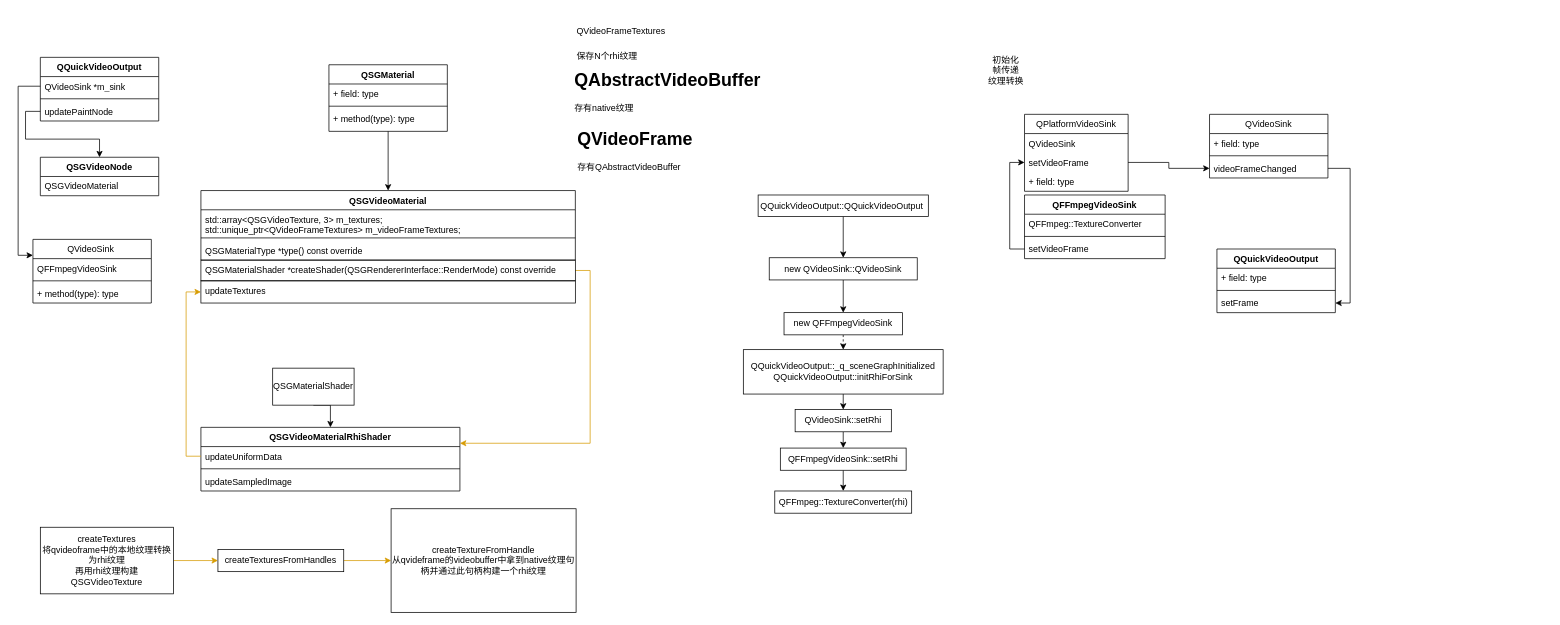
Earlier version of the draw.io diagram qsgvideonode.drawio (dosmlp/drawio). Source tidied: cells renumbered, new cells numbered last; positions are measured from the earlier drawing's top-left corner, leaving out a move shared by most shapes. Both pictures are drawn from the tidied source at 74%, with x=0, y=0 at pixel (33, 13).
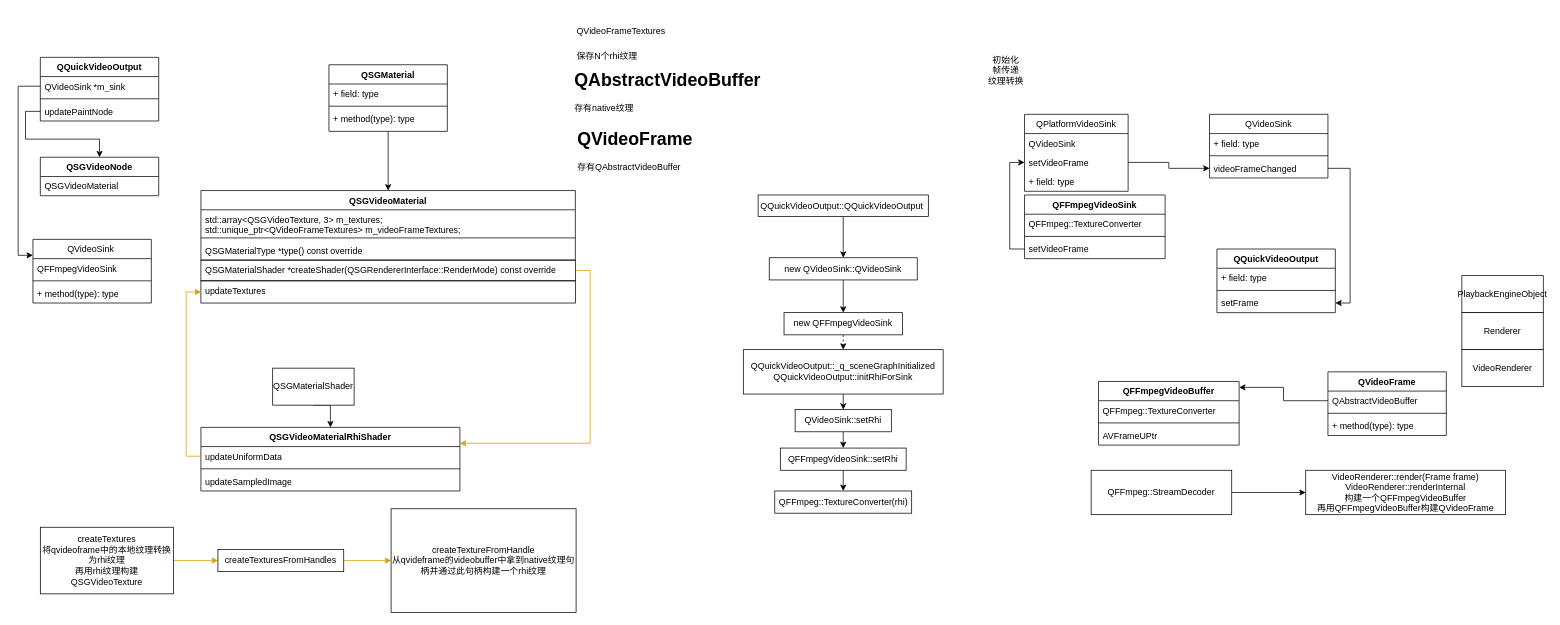
After the change.

What changed in the source:
```diff
@@
+    <mxCell id="75" value="QFFmpegVideoBuffer" style="swimlane;fontStyle=1;align=center;verticalAlign=top;horizontal=1;startSize=26;whiteSpace=wrap;html=1;" parent="1" vertex="1">
+      <mxGeometry x="1440" y="498" width="190" height="86" as="geometry" />
+    </mxCell>
+    <mxCell id="76" value="QFFmpeg::TextureConverter" style="text;strokeColor=none;fillColor=none;align=left;verticalAlign=top;spacingLeft=4;spacingRight=4;overflow=hidden;whiteSpace=wrap;html=1;" parent="75" vertex="1">
+      <mxGeometry y="26" width="190" height="26" as="geometry" />
+    </mxCell>
+    <mxCell id="77" style="line;strokeWidth=1;fillColor=none;align=left;verticalAlign=middle;spacingTop=-1;spacingLeft=3;spacingRight=3;labelPosition=right;strokeColor=inherit;" parent="75" vertex="1">
+      <mxGeometry y="52" width="190" height="8" as="geometry" />
+    </mxCell>
+    <mxCell id="78" value="AVFrameUPtr" style="text;strokeColor=none;fillColor=none;align=left;verticalAlign=top;spacingLeft=4;spacingRight=4;overflow=hidden;whiteSpace=wrap;html=1;" parent="75" vertex="1">
+      <mxGeometry y="60" width="190" height="26" as="geometry" />
+    </mxCell>
+    <mxCell id="79" value="QVideoFrame" style="swimlane;fontStyle=1;align=center;verticalAlign=top;horizontal=1;startSize=26;whiteSpace=wrap;html=1;" parent="1" vertex="1">
+      <mxGeometry x="1750" y="485" width="160" height="86" as="geometry" />
+    </mxCell>
+    <mxCell id="80" value="QAbstractVideoBuffer" style="text;strokeColor=none;fillColor=none;align=left;verticalAlign=top;spacingLeft=4;spacingRight=4;overflow=hidden;points=[[0,0.5],[1,0.5]];portConstraint=eastwest;whiteSpace=wrap;html=1;" parent="79" vertex="1">
+      <mxGeometry y="26" width="160" height="26" as="geometry" />
+    </mxCell>
+    <mxCell id="81" style="line;strokeWidth=1;fillColor=none;align=left;verticalAlign=middle;spacingTop=-1;spacingLeft=3;spacingRight=3;labelPosition=right;strokeColor=inherit;" parent="79" vertex="1">
+      <mxGeometry y="52" width="160" height="8" as="geometry" />
+    </mxCell>
+    <mxCell id="82" value="+ method(type): type" style="text;strokeColor=none;fillColor=none;align=left;verticalAlign=top;spacingLeft=4;spacingRight=4;overflow=hidden;whiteSpace=wrap;html=1;" parent="79" vertex="1">
+      <mxGeometry y="60" width="160" height="26" as="geometry" />
+    </mxCell>
+    <mxCell id="83" style="edgeStyle=orthogonalEdgeStyle;rounded=0;jettySize=auto;html=1;exitX=0;exitY=0.5;exitDx=0;exitDy=0;entryX=1;entryY=0.093;entryDx=0;entryDy=0;entryPerimeter=0;" parent="1" edge="1" source="80" target="75">
+      <mxGeometry relative="1" as="geometry" />
+    </mxCell>
+    <mxCell id="84" style="edgeStyle=orthogonalEdgeStyle;rounded=0;jettySize=auto;html=1;exitX=1;exitY=0.5;exitDx=0;exitDy=0;" parent="1" edge="1" source="85" target="86">
+      <mxGeometry relative="1" as="geometry" />
+    </mxCell>
+    <mxCell id="85" value="QFFmpeg::StreamDecoder" style="rounded=0;whiteSpace=wrap;html=1;" parent="1" vertex="1">
+      <mxGeometry x="1430" y="618" width="190" height="60" as="geometry" />
+    </mxCell>
+    <mxCell id="86" value="VideoRenderer::render(Frame frame)&lt;div&gt;VideoRenderer::renderInternal&lt;br&gt;&lt;/div&gt;&lt;div&gt;构建一个QFFmpegVideoBuffer&lt;/div&gt;&lt;div&gt;再用QFFmpegVideoBuffer构建QVideoFrame&lt;/div&gt;" style="rounded=0;whiteSpace=wrap;html=1;" parent="1" vertex="1">
+      <mxGeometry x="1720" y="618" width="270" height="60" as="geometry" />
+    </mxCell>
+    <mxCell id="87" value="PlaybackEngineObject" style="html=1;whiteSpace=wrap;" parent="1" vertex="1">
+      <mxGeometry x="1931" y="355" width="110" height="50" as="geometry" />
+    </mxCell>
+    <mxCell id="88" value="Renderer" style="html=1;whiteSpace=wrap;" parent="1" vertex="1">
+      <mxGeometry x="1931" y="405" width="110" height="50" as="geometry" />
+    </mxCell>
+    <mxCell id="89" value="VideoRenderer" style="html=1;whiteSpace=wrap;" parent="1" vertex="1">
+      <mxGeometry x="1931" y="455" width="110" height="50" as="geometry" />
+    </mxCell>
```
